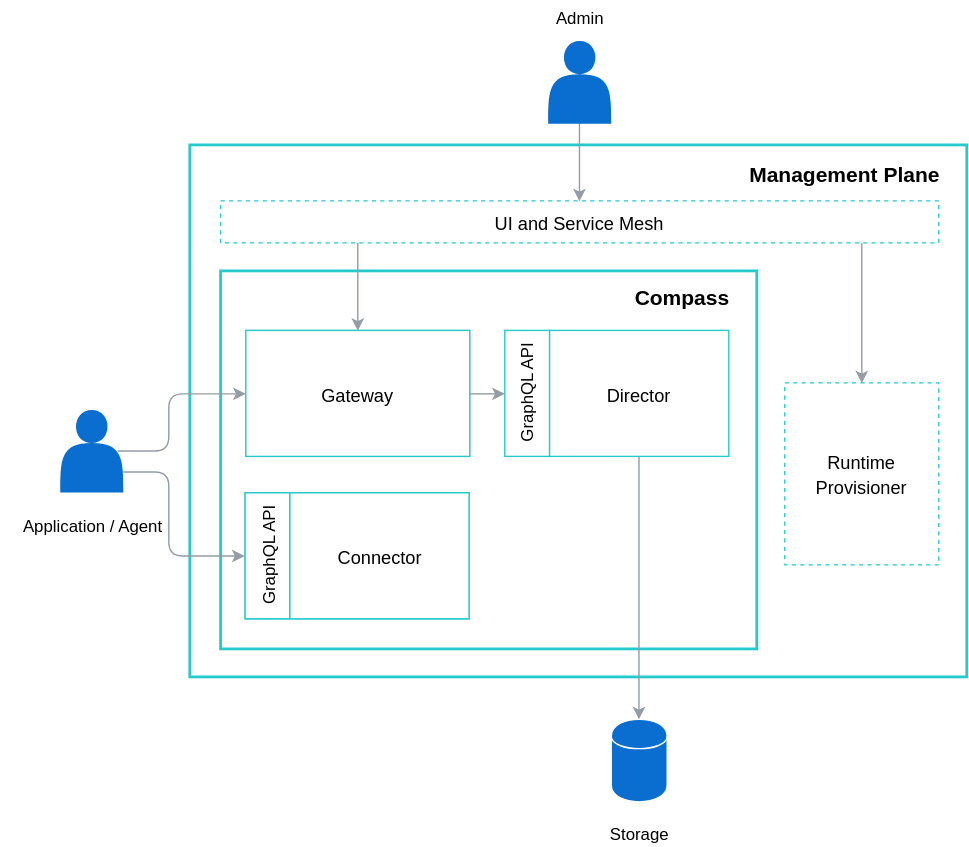
Earlier version of the draw.io export docs/architecture/assets/mp-components.svg (kyma-incubator/compass). Source tidied: cells renumbered, new cells last; positions are measured from the earlier drawing's top-left corner, leaving out a move shared by most shapes.
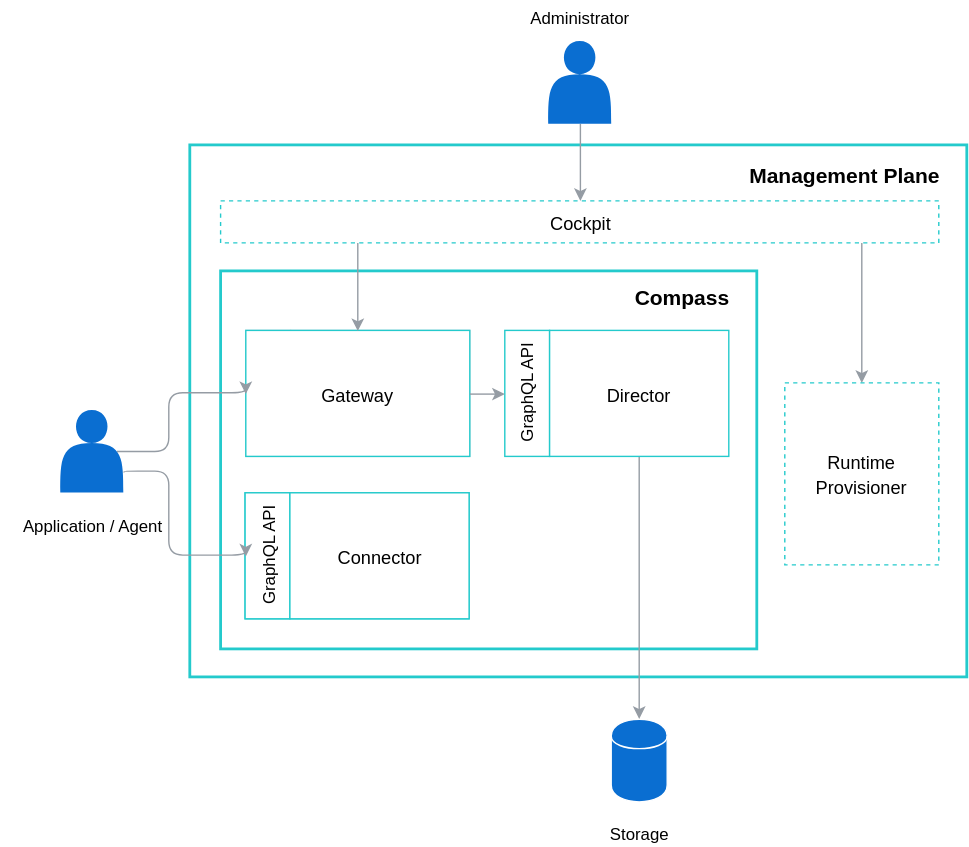
The same file after the commit.

Commit message:
Replace UI and Service Mesh with Cockpit

The edit, as a diff of the source:
```diff
@@ -83,7 +83,7 @@
         <mxPoint x="255" y="172" as="sourcePoint" />
       </mxGeometry>
     </mxCell>
-    <mxCell id="25" value="&lt;font style=&quot;font-size: 13px&quot;&gt;UI and Service Mesh&lt;br&gt;&lt;/font&gt;" style="rounded=0;whiteSpace=wrap;html=1;labelBackgroundColor=none;strokeColor=#24CACC;strokeWidth=1;fillColor=#FFFFFF;gradientColor=none;fontFamily=Helvetica;fontSize=15;fontColor=#000000;dashed=1;" parent="1" vertex="1">
+    <mxCell id="25" value="&lt;font style=&quot;font-size: 13px&quot;&gt;Cockpit&lt;br&gt;&lt;/font&gt;" style="rounded=0;whiteSpace=wrap;html=1;labelBackgroundColor=none;strokeColor=#24CACC;strokeWidth=1;fillColor=#FFFFFF;gradientColor=none;fontFamily=Helvetica;fontSize=15;fontColor=#000000;dashed=1;" parent="1" vertex="1">
       <mxGeometry x="157" y="142" width="513" height="30" as="geometry" />
     </mxCell>
     <mxCell id="26" value="&lt;b&gt;Management Plane&lt;br&gt;&lt;/b&gt;" style="text;html=1;strokeColor=none;fillColor=none;align=center;verticalAlign=middle;whiteSpace=wrap;rounded=0;labelBackgroundColor=none;fontFamily=Helvetica;fontSize=15;fontColor=#000000;" parent="1" vertex="1">
@@ -107,7 +107,7 @@
     <mxCell id="32" style="shape=actor;whiteSpace=wrap;html=1;strokeColor=none;strokeWidth=1;fillColor=#0A6ED1;gradientColor=none;fontFamily=Helvetica;fontSize=12;" parent="31" vertex="1">
       <mxGeometry x="43" y="28.4" width="45" height="59" as="geometry" />
     </mxCell>
-    <mxCell id="33" value="&lt;font style=&quot;font-size: 12px&quot;&gt;Admin&lt;br&gt;&lt;/font&gt;" style="text;html=1;strokeColor=none;fillColor=none;align=center;verticalAlign=middle;whiteSpace=wrap;rounded=0;dashed=1;labelBackgroundColor=none;fontFamily=Helvetica;fontSize=15;fontColor=#000000;" parent="31" vertex="1">
+    <mxCell id="33" value="&lt;font style=&quot;font-size: 12px&quot;&gt;Administrator&lt;br&gt;&lt;/font&gt;" style="text;html=1;strokeColor=none;fillColor=none;align=center;verticalAlign=middle;whiteSpace=wrap;rounded=0;dashed=1;labelBackgroundColor=none;fontFamily=Helvetica;fontSize=15;fontColor=#000000;" parent="31" vertex="1">
       <mxGeometry width="130" height="20" as="geometry" />
     </mxCell>
   </root>
```
